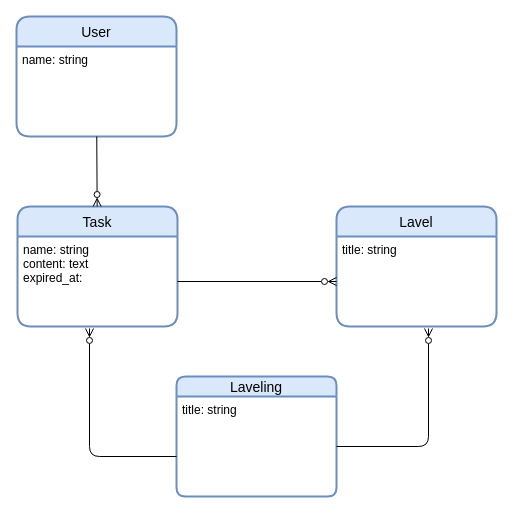
keikikamikubota/manyou_exam keeps this draw.io diagram as docs/ER図.drawio. Above is the earlier version. Source tidied: cells renumbered, new cells numbered last; positions are measured from the earlier drawing's top-left corner, leaving out a move shared by most shapes. Both pictures are drawn from the tidied source at 100%, with x=0, y=0 at pixel (16, 16).
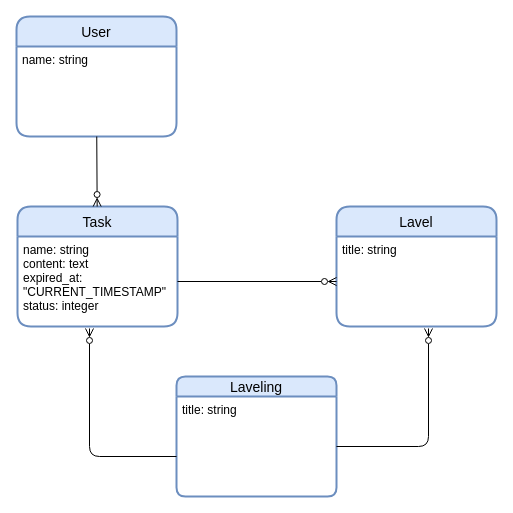
The same diagram, later.

What changed in the source:
```diff
@@
 <mxGraphModel background="#ffffff">
   <root>
     <mxCell id="0" />
     <mxCell id="1" parent="0" />
     <mxCell id="2" value="User" style="swimlane;horizontal=1;startSize=30;rounded=1;fontSize=14;fontStyle=0;strokeWidth=2;shadow=0;dashed=0;align=center;fillColor=#dae8fc;strokeColor=#6c8ebf;" parent="1" vertex="1">
       <mxGeometry width="160" height="120" as="geometry" />
     </mxCell>
     <mxCell id="3" value="name: string" style="align=left;strokeColor=none;fillColor=none;spacingLeft=4;fontSize=12;verticalAlign=top;" parent="2" vertex="1">
       <mxGeometry y="30" width="160" height="90" as="geometry" />
     </mxCell>
     <mxCell id="4" value="Task" style="swimlane;horizontal=1;startSize=30;rounded=1;fontSize=14;fontStyle=0;strokeWidth=2;shadow=0;dashed=0;align=center;fillColor=#dae8fc;strokeColor=#6c8ebf;" parent="1" vertex="1">
       <mxGeometry x="1" y="190" width="160" height="120" as="geometry" />
     </mxCell>
-    <mxCell id="5" value="name: string&#10;content: text&#10;expired_at: " style="align=left;strokeColor=none;fillColor=none;spacingLeft=4;fontSize=12;verticalAlign=top;" parent="4" vertex="1">
+    <mxCell id="5" value="name: string&#10;content: text&#10;expired_at: &#10;&quot;CURRENT_TIMESTAMP&quot;&#10;status: integer" style="align=left;strokeColor=none;fillColor=none;spacingLeft=4;fontSize=12;verticalAlign=top;" parent="4" vertex="1">
       <mxGeometry y="30" width="160" height="90" as="geometry" />
     </mxCell>
     <mxCell id="6" style="edgeStyle=none;html=1;endArrow=ERzeroToMany;endFill=0;" parent="1" edge="1" source="3" target="4">
       <mxGeometry relative="1" as="geometry" />
     </mxCell>
     <mxCell id="7" value="Lavel" style="swimlane;horizontal=1;startSize=30;rounded=1;fontSize=14;fontStyle=0;strokeWidth=2;shadow=0;dashed=0;align=center;fillColor=#dae8fc;strokeColor=#6c8ebf;" parent="1" vertex="1">
       <mxGeometry x="320" y="190" width="160" height="120" as="geometry" />
     </mxCell>
     <mxCell id="8" value="title: string" style="align=left;strokeColor=none;fillColor=none;spacingLeft=4;fontSize=12;verticalAlign=top;" parent="7" vertex="1">
       <mxGeometry y="30" width="160" height="90" as="geometry" />
     </mxCell>
     <mxCell id="9" style="edgeStyle=elbowEdgeStyle;html=1;elbow=vertical;endArrow=ERzeroToMany;endFill=0;" parent="1" edge="1" source="5" target="7">
       <mxGeometry relative="1" as="geometry" />
     </mxCell>
     <mxCell id="10" value="Laveling" style="swimlane;horizontal=1;startSize=20;rounded=1;fontSize=14;fontStyle=0;strokeWidth=2;shadow=0;dashed=0;align=center;fillColor=#dae8fc;strokeColor=#6c8ebf;" parent="1" vertex="1">
       <mxGeometry x="160" y="360" width="160" height="120" as="geometry" />
     </mxCell>
     <mxCell id="11" value="title: string" style="align=left;strokeColor=none;fillColor=none;spacingLeft=4;fontSize=12;verticalAlign=top;" parent="10" vertex="1">
       <mxGeometry y="20" width="160" height="100" as="geometry" />
     </mxCell>
     <mxCell id="12" style="edgeStyle=elbowEdgeStyle;html=1;entryX=0.456;entryY=1.022;entryDx=0;entryDy=0;entryPerimeter=0;endArrow=ERzeroToMany;endFill=0;" parent="1" edge="1" source="11" target="5">
       <mxGeometry relative="1" as="geometry">
         <Array as="points">
           <mxPoint x="73" y="440" />
         </Array>
       </mxGeometry>
     </mxCell>
     <mxCell id="13" style="edgeStyle=elbowEdgeStyle;html=1;entryX=0.575;entryY=1.022;entryDx=0;entryDy=0;entryPerimeter=0;endArrow=ERzeroToMany;endFill=0;" parent="1" edge="1" source="11" target="8">
       <mxGeometry relative="1" as="geometry">
         <Array as="points">
           <mxPoint x="412" y="430" />
           <mxPoint x="400" y="420" />
           <mxPoint x="410" y="440" />
         </Array>
       </mxGeometry>
     </mxCell>
   </root>
 </mxGraphModel>
```
